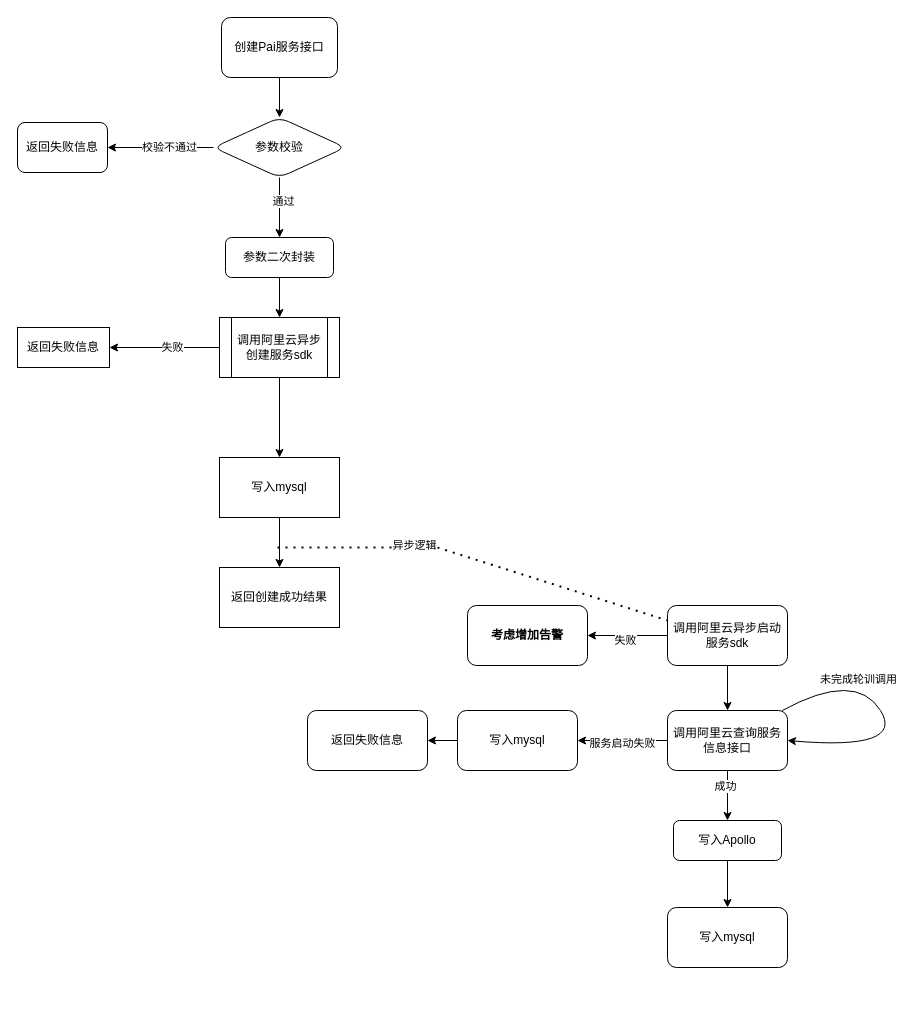
The draw.io diagram pai创建流程图.drawio in 1418956397/JavaWeb-Project-Source-Share, before the edit. Source tidied: cells renumbered, new cells numbered last; positions are measured from the earlier drawing's top-left corner, leaving out a move shared by most shapes. Both pictures are drawn from the tidied source at 100%, with x=0, y=0 at pixel (17, 17).
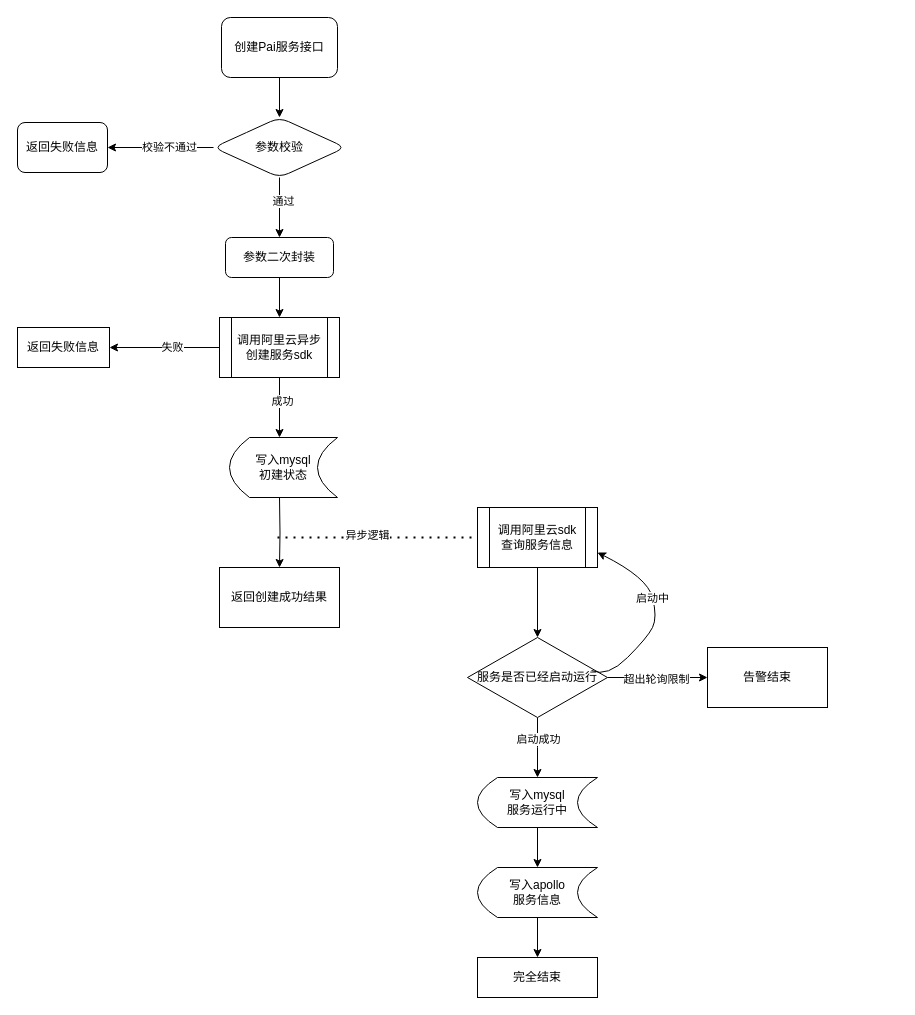
The same diagram, later.

Commit message:
更新pai创建流程图.drawio

The change refers to these unchanged cells:
```xml
<mxCell id="15" value="调用阿里云异步创建服务sdk" style="shape=process;whiteSpace=wrap;html=1;backgroundOutline=1;" parent="1" vertex="1">
  <mxGeometry x="202" y="300" width="120" height="60" as="geometry" />
</mxCell>
<mxCell id="32" value="返回创建成功结果" style="rounded=0;whiteSpace=wrap;html=1;" parent="1" vertex="1">
  <mxGeometry x="202" y="550" width="120" height="60" as="geometry" />
</mxCell>
```

The edit, as a diff of the source:
```diff
@@
-    <mxCell id="14" style="edgeStyle=orthogonalEdgeStyle;rounded=0;jettySize=auto;html=1;" parent="1" edge="1" source="15" target="36">
-      <mxGeometry relative="1" as="geometry" />
+    <mxCell id="14" style="edgeStyle=orthogonalEdgeStyle;rounded=0;jettySize=auto;html=1;" parent="1" edge="1" source="15">
+      <mxGeometry relative="1" as="geometry">
+        <mxPoint x="262" y="420" as="targetPoint" />
+      </mxGeometry>
     </mxCell>
+    <mxCell id="25" value="成功" style="edgeLabel;html=1;align=center;verticalAlign=middle;" parent="14" vertex="1">
+      <mxGeometry x="-0.23" y="2" relative="1" as="geometry" />
+    </mxCell>
@@
-    <mxCell id="17" style="edgeStyle=orthogonalEdgeStyle;rounded=0;jettySize=auto;html=1;" parent="1" edge="1" source="20" target="21">
-      <mxGeometry relative="1" as="geometry" />
-    </mxCell>
-    <mxCell id="18" value="失败" style="edgeLabel;html=1;align=center;verticalAlign=middle;" parent="17" vertex="1">
-      <mxGeometry x="0.07" y="4" relative="1" as="geometry" />
-    </mxCell>
-    <mxCell id="19" style="edgeStyle=orthogonalEdgeStyle;rounded=0;jettySize=auto;html=1;" parent="1" edge="1" source="20" target="26">
-      <mxGeometry relative="1" as="geometry" />
-    </mxCell>
-    <mxCell id="20" value="调用阿里云异步启动服务sdk" style="rounded=1;whiteSpace=wrap;html=1;" parent="1" vertex="1">
-      <mxGeometry x="650" y="588" width="120" height="60" as="geometry" />
-    </mxCell>
-    <mxCell id="21" value="&lt;b&gt;考虑增加告警&lt;/b&gt;" style="whiteSpace=wrap;html=1;rounded=1;" parent="1" vertex="1">
-      <mxGeometry x="450" y="588" width="120" height="60" as="geometry" />
-    </mxCell>
-    <mxCell id="22" style="edgeStyle=orthogonalEdgeStyle;rounded=0;jettySize=auto;html=1;" parent="1" edge="1" source="26" target="39">
-      <mxGeometry relative="1" as="geometry" />
-    </mxCell>
-    <mxCell id="23" value="服务启动失败" style="edgeLabel;html=1;align=center;verticalAlign=middle;" parent="22" vertex="1">
-      <mxGeometry x="0.03" y="2" relative="1" as="geometry" />
-    </mxCell>
-    <mxCell id="24" style="edgeStyle=orthogonalEdgeStyle;rounded=0;jettySize=auto;html=1;" parent="1" edge="1" source="26" target="31">
-      <mxGeometry relative="1" as="geometry" />
-    </mxCell>
-    <mxCell id="25" value="成功" style="edgeLabel;html=1;align=center;verticalAlign=middle;" parent="24" vertex="1">
-      <mxGeometry x="-0.42" y="-3" relative="1" as="geometry" />
-    </mxCell>
-    <mxCell id="26" value="调用阿里云查询服务信息接口" style="whiteSpace=wrap;html=1;rounded=1;" parent="1" vertex="1">
-      <mxGeometry x="650" y="693" width="120" height="60" as="geometry" />
-    </mxCell>
-    <mxCell id="27" value="返回失败信息" style="whiteSpace=wrap;html=1;rounded=1;" parent="1" vertex="1">
-      <mxGeometry x="290" y="693" width="120" height="60" as="geometry" />
-    </mxCell>
-    <mxCell id="28" style="curved=1;endArrow=classic;html=1;rounded=0;entryX=1;entryY=0.5;entryDx=0;entryDy=0;" parent="1" edge="1" source="26" target="26">
-      <mxGeometry relative="1" as="geometry">
-        <Array as="points">
-          <mxPoint x="838" y="653" />
-          <mxPoint x="888" y="733" />
-        </Array>
-      </mxGeometry>
-    </mxCell>
-    <mxCell id="29" value="未完成轮训调用" style="edgeLabel;html=1;align=center;verticalAlign=middle;" parent="28" vertex="1">
-      <mxGeometry x="-0.38" y="-2" relative="1" as="geometry" />
-    </mxCell>
-    <mxCell id="30" style="edgeStyle=orthogonalEdgeStyle;rounded=0;jettySize=auto;html=1;" parent="1" edge="1" source="31" target="37">
-      <mxGeometry relative="1" as="geometry" />
-    </mxCell>
-    <mxCell id="31" value="写入Apollo" style="whiteSpace=wrap;html=1;rounded=1;" parent="1" vertex="1">
-      <mxGeometry x="656" y="803" width="108" height="40" as="geometry" />
-    </mxCell>
@@
-    <mxCell id="33" style="endArrow=none;dashed=1;html=1;dashPattern=1 3;strokeWidth=2;rounded=0;entryX=0;entryY=0.25;entryDx=0;entryDy=0;" parent="1" edge="1" target="20">
-      <mxGeometry relative="1" as="geometry">
-        <mxPoint x="260" y="530" as="sourcePoint" />
-        <Array as="points">
-          <mxPoint x="420" y="530" />
-        </Array>
-      </mxGeometry>
-    </mxCell>
+    <mxCell id="35" style="edgeStyle=orthogonalEdgeStyle;rounded=0;jettySize=auto;html=1;" parent="1" edge="1" target="32">
+      <mxGeometry relative="1" as="geometry">
+        <mxPoint x="262" y="480" as="sourcePoint" />
+      </mxGeometry>
+    </mxCell>
+    <mxCell id="40" value="写入mysql&lt;div&gt;初建状态&lt;/div&gt;" style="shape=dataStorage;whiteSpace=wrap;html=1;fixedSize=1;" parent="1" vertex="1">
+      <mxGeometry x="212" y="420" width="108" height="60" as="geometry" />
+    </mxCell>
+    <mxCell id="41" style="endArrow=none;dashed=1;html=1;dashPattern=1 3;strokeWidth=2;rounded=0;entryX=0;entryY=0.5;entryDx=0;entryDy=0;" parent="1" edge="1" target="43">
+      <mxGeometry relative="1" as="geometry">
+        <mxPoint x="260" y="520" as="sourcePoint" />
+        <Array as="points">
+          <mxPoint x="420" y="520" />
+        </Array>
+      </mxGeometry>
+    </mxCell>
-    <mxCell id="34" value="异步逻辑" style="edgeLabel;html=1;align=center;verticalAlign=middle;" parent="33" vertex="1">
-      <mxGeometry x="-0.32" y="3" relative="1" as="geometry" />
+    <mxCell id="34" value="异步逻辑" style="edgeLabel;html=1;align=center;verticalAlign=middle;" parent="41" vertex="1">
+      <mxGeometry x="-0.11" y="3" relative="1" as="geometry" />
     </mxCell>
-    <mxCell id="35" style="edgeStyle=orthogonalEdgeStyle;rounded=0;jettySize=auto;html=1;" parent="1" edge="1" source="36" target="32">
-      <mxGeometry relative="1" as="geometry" />
-    </mxCell>
-    <mxCell id="36" value="写入mysql" style="rounded=0;whiteSpace=wrap;html=1;" parent="1" vertex="1">
-      <mxGeometry x="202" y="440" width="120" height="60" as="geometry" />
-    </mxCell>
-    <mxCell id="37" value="写入mysql" style="whiteSpace=wrap;html=1;rounded=1;" parent="1" vertex="1">
-      <mxGeometry x="650" y="890" width="120" height="60" as="geometry" />
-    </mxCell>
-    <mxCell id="38" style="edgeStyle=orthogonalEdgeStyle;rounded=0;jettySize=auto;html=1;" parent="1" edge="1" source="39" target="27">
-      <mxGeometry relative="1" as="geometry" />
-    </mxCell>
-    <mxCell id="39" value="写入mysql" style="rounded=1;whiteSpace=wrap;html=1;" parent="1" vertex="1">
-      <mxGeometry x="440" y="693" width="120" height="60" as="geometry" />
-    </mxCell>
+    <mxCell id="42" style="edgeStyle=orthogonalEdgeStyle;rounded=0;jettySize=auto;html=1;" parent="1" edge="1" source="43" target="48">
+      <mxGeometry relative="1" as="geometry" />
+    </mxCell>
+    <mxCell id="43" value="调用阿里云sdk&lt;div&gt;查询服务信息&lt;/div&gt;" style="shape=process;whiteSpace=wrap;html=1;backgroundOutline=1;" parent="1" vertex="1">
+      <mxGeometry x="460" y="490" width="120" height="60" as="geometry" />
+    </mxCell>
+    <mxCell id="44" style="edgeStyle=orthogonalEdgeStyle;rounded=0;jettySize=auto;html=1;" parent="1" edge="1" source="48">
+      <mxGeometry relative="1" as="geometry">
+        <mxPoint x="520" y="760" as="targetPoint" />
+      </mxGeometry>
+    </mxCell>
+    <mxCell id="45" value="启动成功" style="edgeLabel;html=1;align=center;verticalAlign=middle;" parent="44" vertex="1">
+      <mxGeometry x="-0.3" relative="1" as="geometry" />
+    </mxCell>
+    <mxCell id="46" style="edgeStyle=orthogonalEdgeStyle;rounded=0;jettySize=auto;html=1;" parent="1" edge="1" source="48" target="56">
+      <mxGeometry relative="1" as="geometry" />
+    </mxCell>
+    <mxCell id="47" value="超出轮询限制" style="edgeLabel;html=1;align=center;verticalAlign=middle;" parent="46" vertex="1">
+      <mxGeometry x="-0.04" y="-1" relative="1" as="geometry" />
+    </mxCell>
+    <mxCell id="48" value="服务是否已经启动运行" style="rhombus;whiteSpace=wrap;html=1;" parent="1" vertex="1">
+      <mxGeometry x="450" y="620" width="140" height="80" as="geometry" />
+    </mxCell>
+    <mxCell id="49" style="curved=1;endArrow=classic;html=1;rounded=0;exitX=0.886;exitY=0.413;exitDx=0;exitDy=0;exitPerimeter=0;entryX=1;entryY=0.75;entryDx=0;entryDy=0;" parent="1" edge="1" source="48" target="43">
+      <mxGeometry relative="1" as="geometry">
+        <Array as="points">
+          <mxPoint x="590" y="660" />
+          <mxPoint x="630" y="620" />
+          <mxPoint x="640" y="600" />
+          <mxPoint x="630" y="560" />
+        </Array>
+      </mxGeometry>
+    </mxCell>
+    <mxCell id="50" value="启动中" style="edgeLabel;html=1;align=center;verticalAlign=middle;" parent="49" vertex="1">
+      <mxGeometry x="0.21" y="1" relative="1" as="geometry" />
+    </mxCell>
+    <mxCell id="51" style="edgeStyle=orthogonalEdgeStyle;rounded=0;jettySize=auto;html=1;" parent="1" edge="1" source="52" target="54">
+      <mxGeometry relative="1" as="geometry" />
+    </mxCell>
+    <mxCell id="52" value="写入mysql&lt;div&gt;服务运行中&lt;/div&gt;" style="shape=dataStorage;whiteSpace=wrap;html=1;fixedSize=1;" parent="1" vertex="1">
+      <mxGeometry x="460" y="760" width="120" height="50" as="geometry" />
+    </mxCell>
+    <mxCell id="53" style="edgeStyle=orthogonalEdgeStyle;rounded=0;jettySize=auto;html=1;" parent="1" edge="1" source="54" target="55">
+      <mxGeometry relative="1" as="geometry" />
+    </mxCell>
+    <mxCell id="54" value="写入apollo&lt;div&gt;服务信息&lt;/div&gt;" style="shape=dataStorage;whiteSpace=wrap;html=1;fixedSize=1;" parent="1" vertex="1">
+      <mxGeometry x="460" y="850" width="120" height="50" as="geometry" />
+    </mxCell>
+    <mxCell id="55" value="完全结束" style="whiteSpace=wrap;html=1;" parent="1" vertex="1">
+      <mxGeometry x="460" y="940" width="120" height="40" as="geometry" />
+    </mxCell>
+    <mxCell id="56" value="告警结束" style="whiteSpace=wrap;html=1;" parent="1" vertex="1">
+      <mxGeometry x="690" y="630" width="120" height="60" as="geometry" />
+    </mxCell>
```
